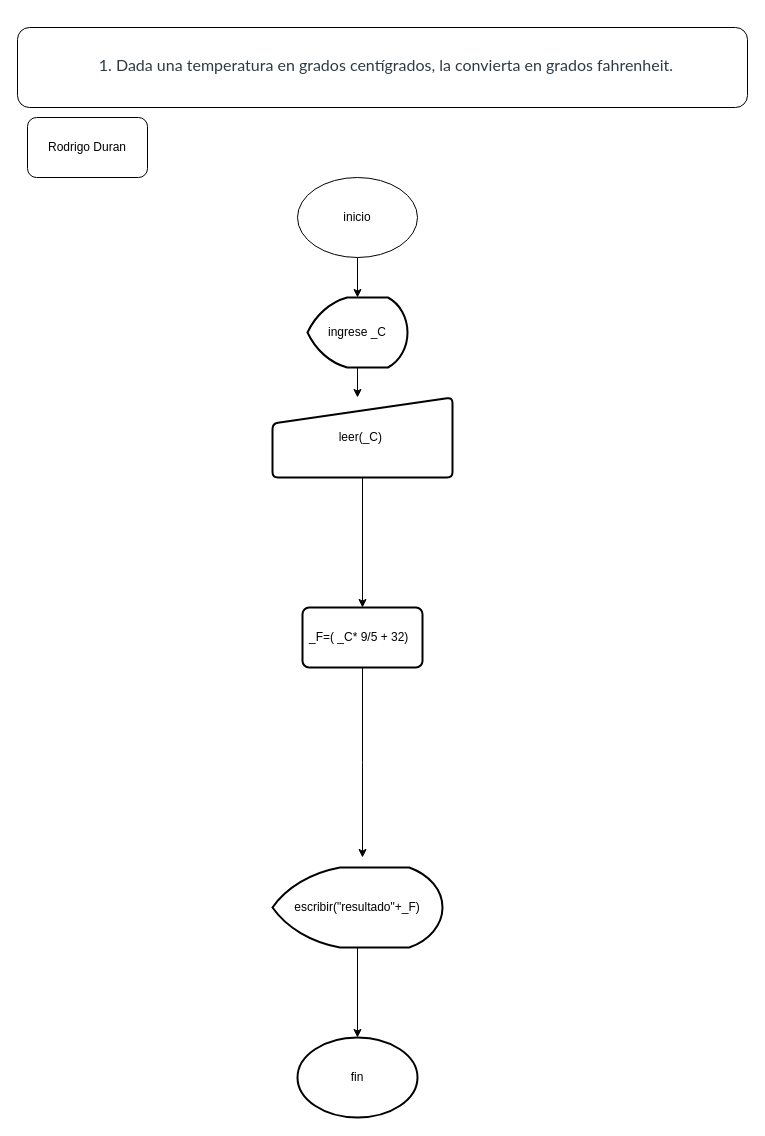
This is page "Page-1" (1 of 3) of Untitled Diagram.drawio from 12RodrigoDuran/Formula, a draw.io file, before an edit. Source tidied: cells renumbered, new cells numbered last; positions are measured from the earlier drawing's top-left corner, leaving out a move shared by most shapes. Both pictures are drawn from the tidied source at 100%, with x=0, y=0 at pixel (17, 27).
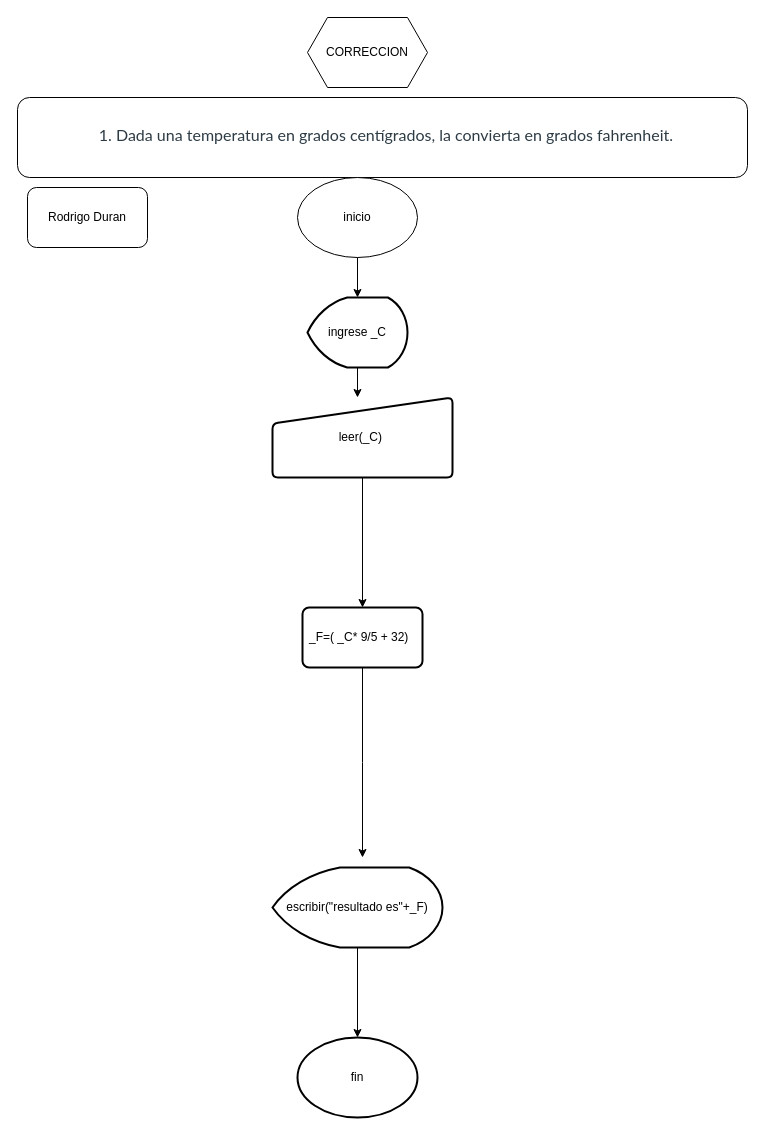
Above is the later version.

Change to the diagram source:
```diff
@@
 <mxGraphModel>
   <root>
     <mxCell id="0" />
     <mxCell id="1" parent="0" />
     <mxCell id="2" value="&#10;&#10;&lt;ol style=&quot;padding: 0px; margin: 0px 0px 6px 25px; color: rgb(45, 59, 69); font-family: latoweb, &amp;quot;lato extended&amp;quot;, lato, &amp;quot;helvetica neue&amp;quot;, helvetica, arial, sans-serif; font-size: 16px; font-style: normal; font-weight: 400; letter-spacing: normal; text-indent: 0px; text-transform: none; word-spacing: 0px; background-color: rgb(255, 255, 255);&quot;&gt;&lt;li&gt;Dada una temperatura en grados centígrados, la convierta en grados fahrenheit.&lt;/li&gt;&lt;/ol&gt;&#10;&#10;" style="rounded=1;whiteSpace=wrap;html=1;" parent="1" vertex="1">
-      <mxGeometry width="730" height="80" as="geometry" />
+      <mxGeometry y="70" width="730" height="80" as="geometry" />
     </mxCell>
     <mxCell id="3" style="edgeStyle=orthogonalEdgeStyle;rounded=0;jettySize=auto;html=1;" parent="1" edge="1" source="13" target="6">
       <mxGeometry relative="1" as="geometry">
         <Array as="points">
           <mxPoint x="340" y="300" />
         </Array>
       </mxGeometry>
     </mxCell>
     <mxCell id="4" value="inicio" style="ellipse;whiteSpace=wrap;html=1;" parent="1" vertex="1">
       <mxGeometry x="280" y="150" width="120" height="80" as="geometry" />
     </mxCell>
     <mxCell id="5" style="edgeStyle=orthogonalEdgeStyle;rounded=0;jettySize=auto;html=1;" parent="1" edge="1" source="6" target="8">
       <mxGeometry relative="1" as="geometry" />
     </mxCell>
     <mxCell id="6" value="&lt;div style=&quot;text-align: left&quot;&gt;&lt;span&gt;leer(_C)&amp;nbsp;&lt;/span&gt;&lt;/div&gt;" style="html=1;strokeWidth=2;shape=manualInput;whiteSpace=wrap;rounded=1;size=26;arcSize=11;" parent="1" vertex="1">
       <mxGeometry x="255" y="370" width="180" height="80" as="geometry" />
     </mxCell>
     <mxCell id="7" style="edgeStyle=orthogonalEdgeStyle;rounded=0;jettySize=auto;html=1;" parent="1" edge="1" source="8">
       <mxGeometry relative="1" as="geometry">
         <mxPoint x="345" y="830" as="targetPoint" />
       </mxGeometry>
     </mxCell>
     <mxCell id="8" value="_F=( _C* 9/5 + 32)&amp;nbsp;&amp;nbsp;" style="whiteSpace=wrap;html=1;rounded=1;strokeWidth=2;arcSize=11;" parent="1" vertex="1">
       <mxGeometry x="285" y="580" width="120" height="60" as="geometry" />
     </mxCell>
     <mxCell id="9" style="edgeStyle=orthogonalEdgeStyle;rounded=0;jettySize=auto;html=1;" parent="1" edge="1" source="10" target="11">
       <mxGeometry relative="1" as="geometry" />
     </mxCell>
-    <mxCell id="10" value="escribir(&quot;resultado&quot;+_F)" style="strokeWidth=2;html=1;shape=mxgraph.flowchart.display;whiteSpace=wrap;" parent="1" vertex="1">
+    <mxCell id="10" value="escribir(&quot;resultado es&quot;+_F)" style="strokeWidth=2;html=1;shape=mxgraph.flowchart.display;whiteSpace=wrap;" parent="1" vertex="1">
       <mxGeometry x="255" y="840" width="170" height="80" as="geometry" />
     </mxCell>
     <mxCell id="11" value="fin" style="ellipse;whiteSpace=wrap;html=1;strokeWidth=2;" parent="1" vertex="1">
       <mxGeometry x="280" y="1010" width="120" height="80" as="geometry" />
     </mxCell>
     <mxCell id="12" value="Rodrigo Duran" style="rounded=1;whiteSpace=wrap;html=1;" parent="1" vertex="1">
-      <mxGeometry x="10" y="90" width="120" height="60" as="geometry" />
+      <mxGeometry x="10" y="160" width="120" height="60" as="geometry" />
     </mxCell>
     <mxCell id="13" value="ingrese _C" style="strokeWidth=2;html=1;shape=mxgraph.flowchart.display;whiteSpace=wrap;" parent="1" vertex="1">
       <mxGeometry x="290" y="270" width="100" height="70" as="geometry" />
     </mxCell>
     <mxCell id="14" style="edgeStyle=orthogonalEdgeStyle;rounded=0;jettySize=auto;html=1;" parent="1" edge="1" source="4" target="13">
       <mxGeometry relative="1" as="geometry">
         <Array as="points">
           <mxPoint x="340" y="300" />
         </Array>
       </mxGeometry>
     </mxCell>
+    <mxCell id="15" value="CORRECCION" style="shape=hexagon;perimeter=hexagonPerimeter2;whiteSpace=wrap;html=1;fixedSize=1;" parent="1" vertex="1">
+      <mxGeometry x="290" y="-10" width="120" height="70" as="geometry" />
+    </mxCell>
   </root>
 </mxGraphModel>
```
